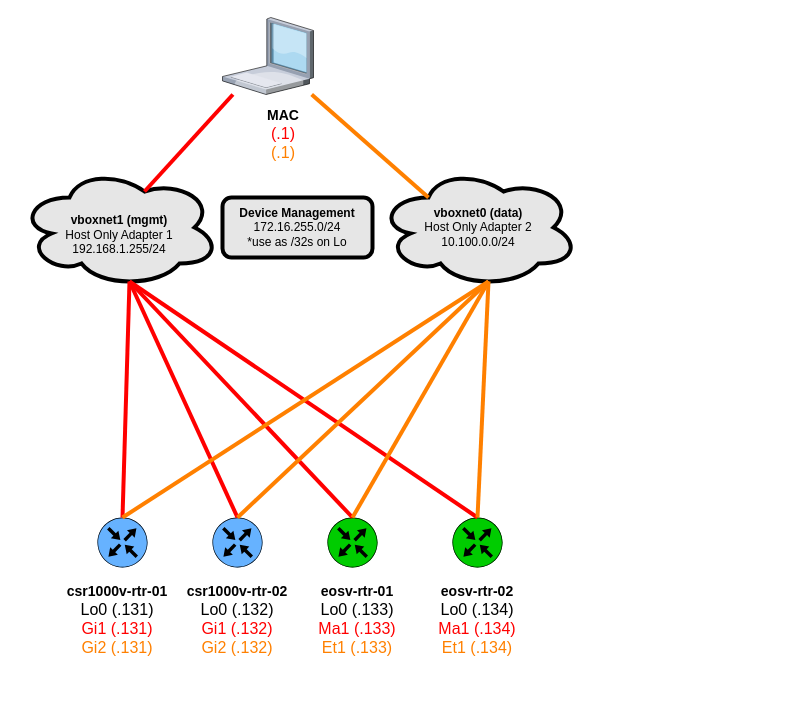
j0hn3/network_programmability_experiments keeps this draw.io diagram as virtual-box-lab/lab-network.drawio. Above is the earlier version. Source tidied: cells renumbered, new cells numbered last; positions are measured from the earlier drawing's top-left corner, leaving out a move shared by most shapes. Both pictures are drawn from the tidied source at 100%, with x=0, y=0 at pixel (19, 17).
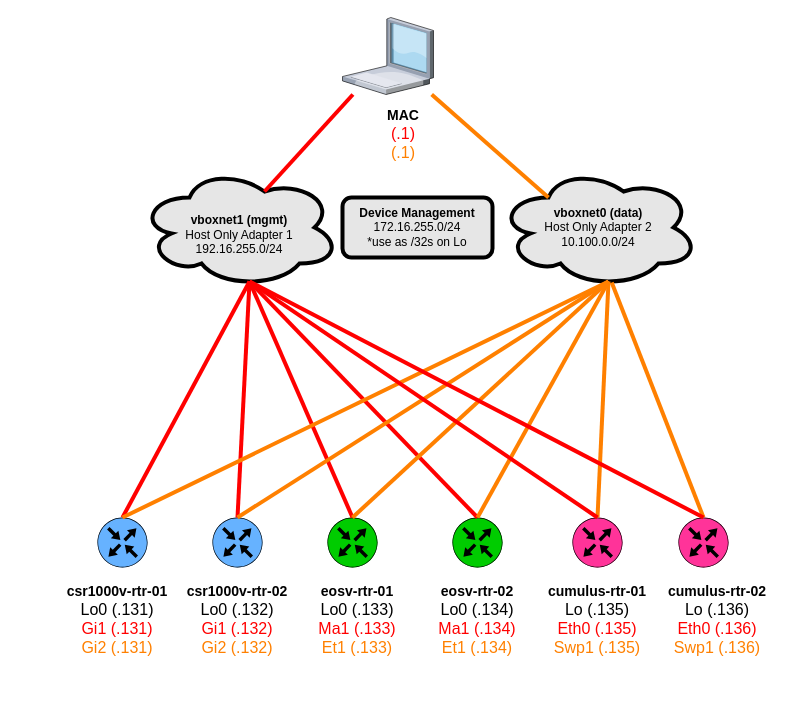
Above is the later version.

Diff of the diagram source:
```diff
@@
     <mxCell id="3" value="&lt;div&gt;&lt;b&gt;vboxnet0 (data)&lt;/b&gt;&lt;br&gt;Host Only Adapter 2&lt;/div&gt;&lt;div&gt;10.100.0.0/24&lt;/div&gt;" style="ellipse;shape=cloud;whiteSpace=wrap;html=1;strokeWidth=4;fillColor=#E6E6E6;" parent="1" vertex="1">
-      <mxGeometry x="359" y="150" width="200" height="120" as="geometry" />
+      <mxGeometry x="479" y="150" width="200" height="120" as="geometry" />
     </mxCell>
     <mxCell id="4" style="verticalLabelPosition=bottom;html=1;verticalAlign=top;strokeColor=none;align=center;outlineConnect=0;shape=mxgraph.citrix.laptop_1;" parent="1" vertex="1">
-      <mxGeometry x="203" width="91" height="77" as="geometry" />
+      <mxGeometry x="323" width="91" height="77" as="geometry" />
     </mxCell>
-    <mxCell id="5" value="&lt;br&gt;&lt;div&gt;&lt;b&gt;vboxnet1 (mgmt)&lt;br&gt;&lt;/b&gt;&lt;/div&gt;Host Only Adapter 1&lt;br&gt;&lt;div&gt;192.168.1.255/24&lt;br&gt;&lt;/div&gt;" style="ellipse;shape=cloud;whiteSpace=wrap;html=1;strokeWidth=4;fillColor=#E6E6E6;" parent="1" vertex="1">
-      <mxGeometry y="150" width="200" height="120" as="geometry" />
+    <mxCell id="5" value="&lt;br&gt;&lt;div&gt;&lt;b&gt;vboxnet1 (mgmt)&lt;br&gt;&lt;/b&gt;&lt;/div&gt;Host Only Adapter 1&lt;br&gt;&lt;div&gt;192.16.255.0/24&lt;br&gt;&lt;/div&gt;" style="ellipse;shape=cloud;whiteSpace=wrap;html=1;strokeWidth=4;fillColor=#E6E6E6;" parent="1" vertex="1">
+      <mxGeometry x="120" y="150" width="200" height="120" as="geometry" />
     </mxCell>
@@
     <mxCell id="22" value="&lt;div&gt;&lt;b&gt;Device Management &lt;br&gt;&lt;/b&gt;&lt;/div&gt;&lt;div&gt;172.16.255.0/24&lt;/div&gt;&lt;div&gt;*use as /32s on Lo&lt;br&gt;&lt;/div&gt;" style="rounded=1;whiteSpace=wrap;html=1;strokeColor=#000000;strokeWidth=4;fillColor=#E6E6E6;" parent="1" vertex="1">
-      <mxGeometry x="203" y="180" width="150" height="60" as="geometry" />
+      <mxGeometry x="323" y="180" width="150" height="60" as="geometry" />
     </mxCell>
@@
     <mxCell id="24" value="&lt;div&gt;&lt;font style=&quot;font-size: 14px&quot;&gt;&lt;b&gt;MAC&lt;/b&gt;&lt;/font&gt;&lt;/div&gt;&lt;div&gt;&lt;font size=&quot;3&quot; color=&quot;#FF8000&quot;&gt;&lt;font color=&quot;#FF0000&quot;&gt;(.1)&lt;/font&gt;&lt;br&gt;&lt;/font&gt;&lt;/div&gt;&lt;div&gt;&lt;font size=&quot;3&quot; color=&quot;#FF8000&quot;&gt;(.1)&lt;/font&gt;&lt;b&gt;&lt;br&gt;&lt;/b&gt;&lt;/div&gt;&lt;div&gt;&lt;b&gt;&lt;br&gt;&lt;/b&gt;&lt;/div&gt;" style="text;html=1;strokeColor=none;fillColor=none;align=center;verticalAlign=middle;whiteSpace=wrap;rounded=0;" parent="1" vertex="1">
-      <mxGeometry x="204" y="77" width="120" height="93" as="geometry" />
+      <mxGeometry x="324" y="77" width="120" height="93" as="geometry" />
     </mxCell>
+    <mxCell id="25" style="points=[[0.5,0,0],[1,0.5,0],[0.5,1,0],[0,0.5,0],[0.145,0.145,0],[0.8555,0.145,0],[0.855,0.8555,0],[0.145,0.855,0]];verticalLabelPosition=bottom;html=1;verticalAlign=top;align=center;shape=mxgraph.cisco19.rect;prIcon=router;strokeColor=#000000;fillColor=#FF3399;" parent="1" vertex="1">
+      <mxGeometry x="553" y="500" width="50" height="50" as="geometry" />
+    </mxCell>
+    <mxCell id="26" value="&lt;font style=&quot;font-size: 14px&quot;&gt;&lt;b&gt;cumulus-rtr-01&lt;/b&gt;&lt;/font&gt;&lt;div&gt;&lt;font style=&quot;font-size: 14px&quot;&gt;&lt;font size=&quot;3&quot;&gt;Lo (.135)&lt;/font&gt;&lt;b&gt;&lt;br&gt;&lt;/b&gt;&lt;/font&gt;&lt;/div&gt;&lt;div&gt;&lt;font size=&quot;3&quot; color=&quot;#FF0000&quot;&gt;Eth0 (.135)&lt;/font&gt;&lt;/div&gt;&lt;div&gt;&lt;font size=&quot;3&quot; color=&quot;#FF8000&quot;&gt;Swp1 (.135)&lt;/font&gt;&lt;b&gt;&lt;br&gt;&lt;/b&gt;&lt;/div&gt;&lt;div&gt;&lt;b&gt;&lt;br&gt;&lt;/b&gt;&lt;/div&gt;" style="text;html=1;strokeColor=none;fillColor=none;align=center;verticalAlign=middle;whiteSpace=wrap;rounded=0;" parent="1" vertex="1">
+      <mxGeometry x="518" y="550" width="120" height="120" as="geometry" />
+    </mxCell>
+    <mxCell id="27" style="points=[[0.5,0,0],[1,0.5,0],[0.5,1,0],[0,0.5,0],[0.145,0.145,0],[0.8555,0.145,0],[0.855,0.8555,0],[0.145,0.855,0]];verticalLabelPosition=bottom;html=1;verticalAlign=top;align=center;shape=mxgraph.cisco19.rect;prIcon=router;strokeColor=#000000;fillColor=#FF3399;" parent="1" vertex="1">
+      <mxGeometry x="659" y="500" width="50" height="50" as="geometry" />
+    </mxCell>
+    <mxCell id="28" value="&lt;div&gt;&lt;font style=&quot;font-size: 14px&quot;&gt;&lt;b&gt;cumulus-rtr-02&lt;/b&gt;&lt;/font&gt;&lt;/div&gt;&lt;div&gt;&lt;font style=&quot;font-size: 14px&quot;&gt;&lt;font size=&quot;3&quot;&gt;Lo (.136)&lt;/font&gt;&lt;b&gt;&lt;br&gt;&lt;/b&gt;&lt;/font&gt;&lt;/div&gt;&lt;div&gt;&lt;font size=&quot;3&quot; color=&quot;#FF0000&quot;&gt;Eth0 (.136)&lt;/font&gt;&lt;/div&gt;&lt;div&gt;&lt;font size=&quot;3&quot; color=&quot;#FF8000&quot;&gt;Swp1 (.136)&lt;/font&gt;&lt;b&gt;&lt;br&gt;&lt;/b&gt;&lt;/div&gt;&lt;div&gt;&lt;b&gt;&lt;br&gt;&lt;/b&gt;&lt;/div&gt;" style="text;html=1;strokeColor=none;fillColor=none;align=center;verticalAlign=middle;whiteSpace=wrap;rounded=0;" parent="1" vertex="1">
+      <mxGeometry x="638" y="550" width="120" height="120" as="geometry" />
+    </mxCell>
+    <mxCell id="29" style="endArrow=none;html=1;exitX=0.5;exitY=0;exitDx=0;exitDy=0;exitPerimeter=0;strokeWidth=4;strokeColor=#FF8000;entryX=0.55;entryY=0.95;entryDx=0;entryDy=0;entryPerimeter=0;" parent="1" edge="1" source="25" target="3">
+      <mxGeometry relative="1" as="geometry" />
+    </mxCell>
+    <mxCell id="30" style="endArrow=none;html=1;exitX=0.5;exitY=0;exitDx=0;exitDy=0;exitPerimeter=0;strokeWidth=4;strokeColor=#FF8000;entryX=0.566;entryY=0.959;entryDx=0;entryDy=0;entryPerimeter=0;" parent="1" edge="1" source="27" target="3">
+      <mxGeometry relative="1" as="geometry" />
+    </mxCell>
+    <mxCell id="31" style="endArrow=none;html=1;strokeColor=#FF0000;strokeWidth=4;entryX=0.5;entryY=0;entryDx=0;entryDy=0;entryPerimeter=0;exitX=0.55;exitY=0.95;exitDx=0;exitDy=0;exitPerimeter=0;" parent="1" edge="1" source="5" target="25">
+      <mxGeometry relative="1" as="geometry" />
+    </mxCell>
+    <mxCell id="32" style="endArrow=none;html=1;strokeColor=#FF0000;strokeWidth=4;entryX=0.5;entryY=0;entryDx=0;entryDy=0;entryPerimeter=0;exitX=0.55;exitY=0.95;exitDx=0;exitDy=0;exitPerimeter=0;" parent="1" edge="1" source="5" target="27">
+      <mxGeometry relative="1" as="geometry" />
+    </mxCell>
```
